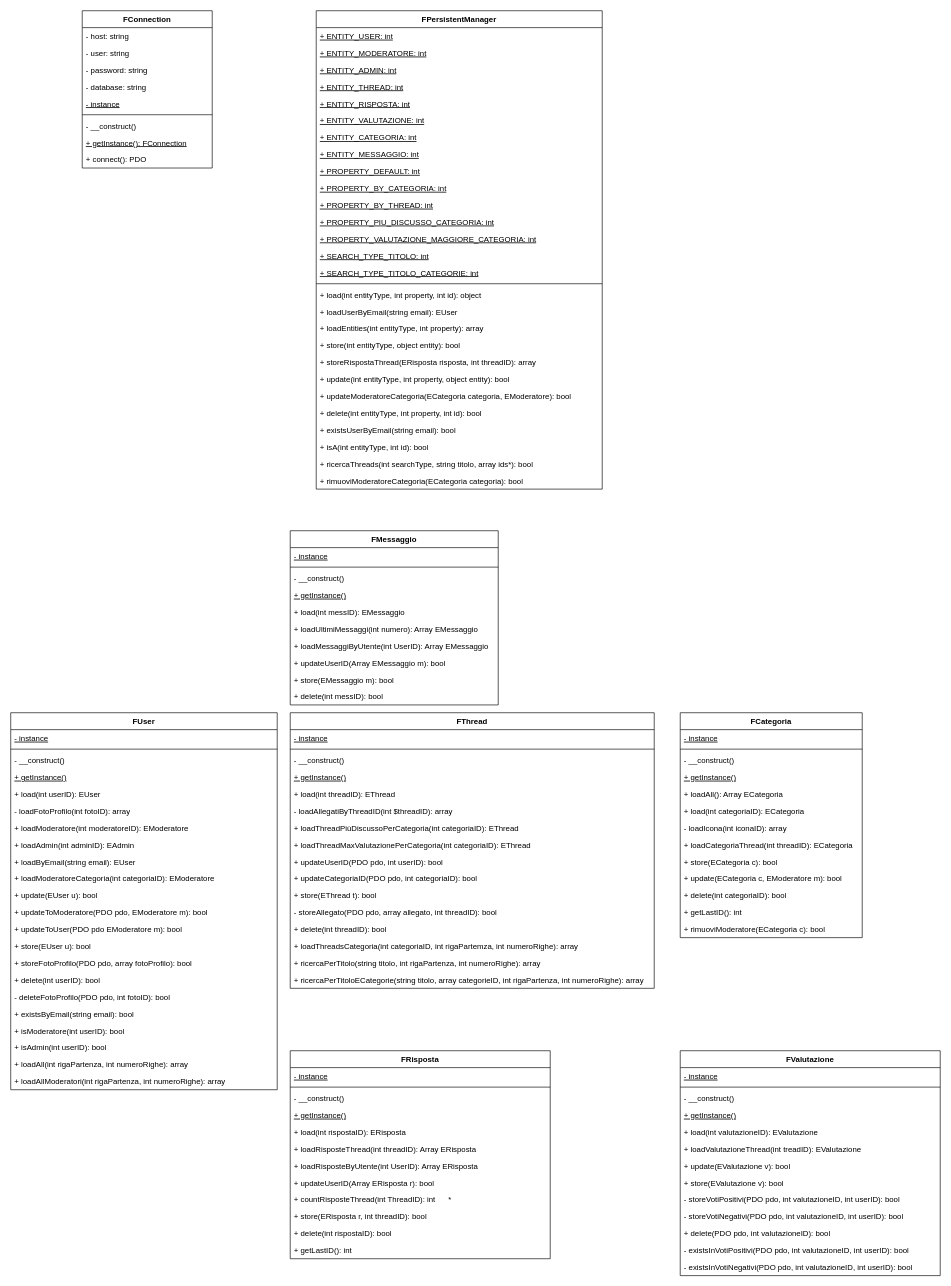
EdoPan/UniChat keeps this draw.io diagram as Diagrammi/UML Fondation 2.drawio. Above is the earlier version. Source tidied: cells renumbered, new cells numbered last; positions are measured from the earlier drawing's top-left corner, leaving out a move shared by most shapes. Both pictures are drawn from the tidied source at 65%, with x=0, y=0 at pixel (10, 10).
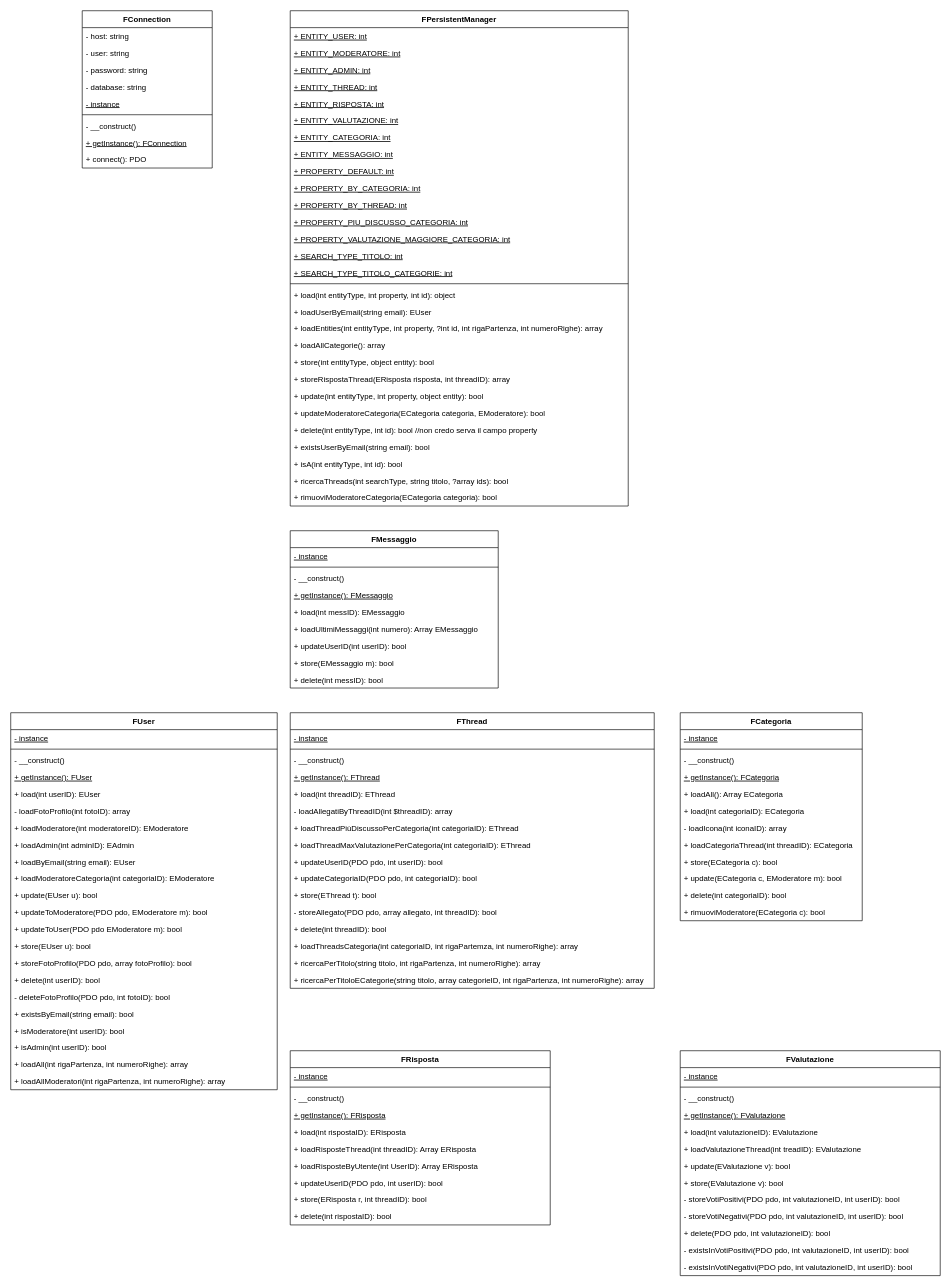
Above is the later version.

Commit message (it also covers changes not shown here):
Aggiornamento grafici.

The change refers to these unchanged cells:
```xml
<mxCell id="41" value="FUser" style="swimlane;fontStyle=1;align=center;verticalAlign=top;horizontal=1;startSize=26;" parent="1" vertex="1">
  <mxGeometry y="1080" width="410" height="580" as="geometry" />
</mxCell>
<mxCell id="75" value="FThread" style="swimlane;fontStyle=1;align=center;verticalAlign=top;horizontal=1;startSize=26;" parent="1" vertex="1">
  <mxGeometry x="430" y="1080" width="560" height="424" as="geometry" />
</mxCell>
<mxCell id="119" value="FValutazione" style="swimlane;fontStyle=1;align=center;verticalAlign=top;horizontal=1;startSize=26;fillColor=#ffffff;" parent="1" vertex="1">
  <mxGeometry x="1030" y="1600" width="400" height="346" as="geometry" />
</mxCell>
```

What changed in the source:
```diff
@@
     <mxCell id="12" value="FPersistentManager" style="swimlane;fontStyle=1;align=center;verticalAlign=top;horizontal=1;startSize=26;" parent="1" vertex="1">
-      <mxGeometry x="470" width="440" height="736" as="geometry" />
+      <mxGeometry x="430" width="520" height="762" as="geometry" />
     </mxCell>
     <mxCell id="13" value="+ ENTITY_USER: int" style="text;strokeColor=none;fillColor=none;align=left;verticalAlign=top;spacingLeft=4;spacingRight=4;overflow=hidden;fontStyle=4;" parent="12" vertex="1">
-      <mxGeometry y="26" width="440" height="26" as="geometry" />
+      <mxGeometry y="26" width="520" height="26" as="geometry" />
     </mxCell>
     <mxCell id="14" value="+ ENTITY_MODERATORE: int" style="text;strokeColor=none;fillColor=none;align=left;verticalAlign=top;spacingLeft=4;spacingRight=4;overflow=hidden;fontStyle=4;" parent="12" vertex="1">
-      <mxGeometry y="52" width="440" height="26" as="geometry" />
+      <mxGeometry y="52" width="520" height="26" as="geometry" />
     </mxCell>
     <mxCell id="15" value="+ ENTITY_ADMIN: int" style="text;strokeColor=none;fillColor=none;align=left;verticalAlign=top;spacingLeft=4;spacingRight=4;overflow=hidden;fontStyle=4;" parent="12" vertex="1">
-      <mxGeometry y="78" width="440" height="26" as="geometry" />
+      <mxGeometry y="78" width="520" height="26" as="geometry" />
     </mxCell>
     <mxCell id="16" value="+ ENTITY_THREAD: int" style="text;strokeColor=none;fillColor=none;align=left;verticalAlign=top;spacingLeft=4;spacingRight=4;overflow=hidden;fontStyle=4;" parent="12" vertex="1">
-      <mxGeometry y="104" width="440" height="26" as="geometry" />
+      <mxGeometry y="104" width="520" height="26" as="geometry" />
     </mxCell>
     <mxCell id="17" value="+ ENTITY_RISPOSTA: int" style="text;strokeColor=none;fillColor=none;align=left;verticalAlign=top;spacingLeft=4;spacingRight=4;overflow=hidden;fontStyle=4;" parent="12" vertex="1">
-      <mxGeometry y="130" width="440" height="26" as="geometry" />
+      <mxGeometry y="130" width="520" height="26" as="geometry" />
     </mxCell>
     <mxCell id="18" value="+ ENTITY_VALUTAZIONE: int" style="text;strokeColor=none;fillColor=none;align=left;verticalAlign=top;spacingLeft=4;spacingRight=4;overflow=hidden;fontStyle=4;" parent="12" vertex="1">
-      <mxGeometry y="156" width="440" height="26" as="geometry" />
+      <mxGeometry y="156" width="520" height="26" as="geometry" />
     </mxCell>
     <mxCell id="19" value="+ ENTITY_CATEGORIA: int" style="text;strokeColor=none;fillColor=none;align=left;verticalAlign=top;spacingLeft=4;spacingRight=4;overflow=hidden;fontStyle=4;" parent="12" vertex="1">
-      <mxGeometry y="182" width="440" height="26" as="geometry" />
+      <mxGeometry y="182" width="520" height="26" as="geometry" />
     </mxCell>
     <mxCell id="20" value="+ ENTITY_MESSAGGIO: int" style="text;strokeColor=none;fillColor=none;align=left;verticalAlign=top;spacingLeft=4;spacingRight=4;overflow=hidden;fontStyle=4;" parent="12" vertex="1">
-      <mxGeometry y="208" width="440" height="26" as="geometry" />
+      <mxGeometry y="208" width="520" height="26" as="geometry" />
     </mxCell>
     <mxCell id="21" value="+ PROPERTY_DEFAULT: int" style="text;strokeColor=none;fillColor=none;align=left;verticalAlign=top;spacingLeft=4;spacingRight=4;overflow=hidden;fontStyle=4;" parent="12" vertex="1">
-      <mxGeometry y="234" width="440" height="26" as="geometry" />
+      <mxGeometry y="234" width="520" height="26" as="geometry" />
     </mxCell>
     <mxCell id="22" value="+ PROPERTY_BY_CATEGORIA: int" style="text;strokeColor=none;fillColor=none;align=left;verticalAlign=top;spacingLeft=4;spacingRight=4;overflow=hidden;fontStyle=4;" parent="12" vertex="1">
-      <mxGeometry y="260" width="440" height="26" as="geometry" />
+      <mxGeometry y="260" width="520" height="26" as="geometry" />
     </mxCell>
     <mxCell id="23" value="+ PROPERTY_BY_THREAD: int" style="text;strokeColor=none;fillColor=none;align=left;verticalAlign=top;spacingLeft=4;spacingRight=4;overflow=hidden;fontStyle=4;" parent="12" vertex="1">
-      <mxGeometry y="286" width="440" height="26" as="geometry" />
+      <mxGeometry y="286" width="520" height="26" as="geometry" />
     </mxCell>
     <mxCell id="24" value="+ PROPERTY_PIU_DISCUSSO_CATEGORIA: int" style="text;strokeColor=none;fillColor=none;align=left;verticalAlign=top;spacingLeft=4;spacingRight=4;overflow=hidden;fontStyle=4;" parent="12" vertex="1">
-      <mxGeometry y="312" width="440" height="26" as="geometry" />
+      <mxGeometry y="312" width="520" height="26" as="geometry" />
     </mxCell>
     <mxCell id="25" value="+ PROPERTY_VALUTAZIONE_MAGGIORE_CATEGORIA: int" style="text;strokeColor=none;fillColor=none;align=left;verticalAlign=top;spacingLeft=4;spacingRight=4;overflow=hidden;fontStyle=4;" parent="12" vertex="1">
-      <mxGeometry y="338" width="440" height="26" as="geometry" />
+      <mxGeometry y="338" width="520" height="26" as="geometry" />
     </mxCell>
     <mxCell id="26" value="+ SEARCH_TYPE_TITOLO: int" style="text;strokeColor=none;fillColor=none;align=left;verticalAlign=top;spacingLeft=4;spacingRight=4;overflow=hidden;fontStyle=4;" parent="12" vertex="1">
-      <mxGeometry y="364" width="440" height="26" as="geometry" />
+      <mxGeometry y="364" width="520" height="26" as="geometry" />
     </mxCell>
     <mxCell id="27" value="+ SEARCH_TYPE_TITOLO_CATEGORIE: int" style="text;strokeColor=none;fillColor=none;align=left;verticalAlign=top;spacingLeft=4;spacingRight=4;overflow=hidden;fontStyle=4;" parent="12" vertex="1">
-      <mxGeometry y="390" width="440" height="26" as="geometry" />
+      <mxGeometry y="390" width="520" height="26" as="geometry" />
     </mxCell>
     <mxCell id="28" style="line;strokeWidth=1;fillColor=none;align=left;verticalAlign=middle;spacingTop=-1;spacingLeft=3;spacingRight=3;labelPosition=right;" parent="12" vertex="1">
-      <mxGeometry y="416" width="440" height="8" as="geometry" />
+      <mxGeometry y="416" width="520" height="8" as="geometry" />
     </mxCell>
     <mxCell id="29" value="+ load(int entityType, int property, int id): object" style="text;strokeColor=none;fillColor=none;align=left;verticalAlign=top;spacingLeft=4;spacingRight=4;overflow=hidden;" parent="12" vertex="1">
-      <mxGeometry y="424" width="440" height="26" as="geometry" />
+      <mxGeometry y="424" width="520" height="26" as="geometry" />
     </mxCell>
     <mxCell id="30" value="+ loadUserByEmail(string email): EUser" style="text;strokeColor=none;fillColor=none;align=left;verticalAlign=top;spacingLeft=4;spacingRight=4;overflow=hidden;" parent="12" vertex="1">
-      <mxGeometry y="450" width="440" height="26" as="geometry" />
+      <mxGeometry y="450" width="520" height="26" as="geometry" />
     </mxCell>
-    <mxCell id="31" value="+ loadEntities(int entityType, int property): array" style="text;strokeColor=none;fillColor=none;align=left;verticalAlign=top;spacingLeft=4;spacingRight=4;overflow=hidden;" parent="12" vertex="1">
-      <mxGeometry y="476" width="440" height="26" as="geometry" />
+    <mxCell id="31" value="+ loadEntities(int entityType, int property, ?int id, int rigaPartenza, int numeroRighe): array" style="text;strokeColor=none;fillColor=none;align=left;verticalAlign=top;spacingLeft=4;spacingRight=4;overflow=hidden;" parent="12" vertex="1">
+      <mxGeometry y="476" width="520" height="26" as="geometry" />
     </mxCell>
+    <mxCell id="133" value="+ loadAllCategorie(): array" style="text;strokeColor=none;fillColor=none;align=left;verticalAlign=top;spacingLeft=4;spacingRight=4;overflow=hidden;" parent="12" vertex="1">
+      <mxGeometry y="502" width="520" height="26" as="geometry" />
+    </mxCell>
     <mxCell id="32" value="+ store(int entityType, object entity): bool" style="text;strokeColor=none;fillColor=none;align=left;verticalAlign=top;spacingLeft=4;spacingRight=4;overflow=hidden;" parent="12" vertex="1">
-      <mxGeometry y="502" width="440" height="26" as="geometry" />
+      <mxGeometry y="528" width="520" height="26" as="geometry" />
     </mxCell>
     <mxCell id="33" value="+ storeRispostaThread(ERisposta risposta, int threadID): array" style="text;strokeColor=none;fillColor=none;align=left;verticalAlign=top;spacingLeft=4;spacingRight=4;overflow=hidden;" parent="12" vertex="1">
-      <mxGeometry y="528" width="440" height="26" as="geometry" />
+      <mxGeometry y="554" width="520" height="26" as="geometry" />
     </mxCell>
     <mxCell id="34" value="+ update(int entityType, int property, object entity): bool" style="text;strokeColor=none;fillColor=none;align=left;verticalAlign=top;spacingLeft=4;spacingRight=4;overflow=hidden;" parent="12" vertex="1">
-      <mxGeometry y="554" width="440" height="26" as="geometry" />
+      <mxGeometry y="580" width="520" height="26" as="geometry" />
     </mxCell>
     <mxCell id="35" value="+ updateModeratoreCategoria(ECategoria categoria, EModeratore): bool" style="text;strokeColor=none;fillColor=none;align=left;verticalAlign=top;spacingLeft=4;spacingRight=4;overflow=hidden;" parent="12" vertex="1">
-      <mxGeometry y="580" width="440" height="26" as="geometry" />
+      <mxGeometry y="606" width="520" height="26" as="geometry" />
     </mxCell>
-    <mxCell id="36" value="+ delete(int entityType, int property, int id): bool" style="text;strokeColor=none;fillColor=none;align=left;verticalAlign=top;spacingLeft=4;spacingRight=4;overflow=hidden;" parent="12" vertex="1">
-      <mxGeometry y="606" width="440" height="26" as="geometry" />
+    <mxCell id="36" value="+ delete(int entityType, int id): bool //non credo serva il campo property" style="text;strokeColor=none;fillColor=none;align=left;verticalAlign=top;spacingLeft=4;spacingRight=4;overflow=hidden;" parent="12" vertex="1">
+      <mxGeometry y="632" width="520" height="26" as="geometry" />
     </mxCell>
     <mxCell id="37" value="+ existsUserByEmail(string email): bool" style="text;strokeColor=none;fillColor=none;align=left;verticalAlign=top;spacingLeft=4;spacingRight=4;overflow=hidden;" parent="12" vertex="1">
-      <mxGeometry y="632" width="440" height="26" as="geometry" />
+      <mxGeometry y="658" width="520" height="26" as="geometry" />
     </mxCell>
     <mxCell id="38" value="+ isA(int entityType, int id): bool" style="text;strokeColor=none;fillColor=none;align=left;verticalAlign=top;spacingLeft=4;spacingRight=4;overflow=hidden;" parent="12" vertex="1">
-      <mxGeometry y="658" width="440" height="26" as="geometry" />
+      <mxGeometry y="684" width="520" height="26" as="geometry" />
     </mxCell>
-    <mxCell id="39" value="+ ricercaThreads(int searchType, string titolo, array ids*): bool" style="text;strokeColor=none;fillColor=none;align=left;verticalAlign=top;spacingLeft=4;spacingRight=4;overflow=hidden;" parent="12" vertex="1">
-      <mxGeometry y="684" width="440" height="26" as="geometry" />
+    <mxCell id="39" value="+ ricercaThreads(int searchType, string titolo, ?array ids): bool" style="text;strokeColor=none;fillColor=none;align=left;verticalAlign=top;spacingLeft=4;spacingRight=4;overflow=hidden;" parent="12" vertex="1">
+      <mxGeometry y="710" width="520" height="26" as="geometry" />
     </mxCell>
     <mxCell id="40" value="+ rimuoviModeratoreCategoria(ECategoria categoria): bool" style="text;strokeColor=none;fillColor=none;align=left;verticalAlign=top;spacingLeft=4;spacingRight=4;overflow=hidden;" parent="12" vertex="1">
-      <mxGeometry y="710" width="440" height="26" as="geometry" />
+      <mxGeometry y="736" width="520" height="26" as="geometry" />
     </mxCell>
@@
-    <mxCell id="45" value="+ getInstance()" style="text;strokeColor=none;fillColor=none;align=left;verticalAlign=top;spacingLeft=4;spacingRight=4;overflow=hidden;fontStyle=4;" parent="41" vertex="1">
+    <mxCell id="45" value="+ getInstance(): FUser" style="text;strokeColor=none;fillColor=none;align=left;verticalAlign=top;spacingLeft=4;spacingRight=4;overflow=hidden;fontStyle=4;" parent="41" vertex="1">
       <mxGeometry y="86" width="410" height="26" as="geometry" />
     </mxCell>
@@
     <mxCell id="64" value="FMessaggio" style="swimlane;fontStyle=1;align=center;verticalAlign=top;horizontal=1;startSize=26;" parent="1" vertex="1">
-      <mxGeometry x="430" y="800" width="320" height="268" as="geometry" />
+      <mxGeometry x="430" y="800" width="320" height="242" as="geometry" />
     </mxCell>
@@
-    <mxCell id="68" value="+ getInstance()" style="text;strokeColor=none;fillColor=none;align=left;verticalAlign=top;spacingLeft=4;spacingRight=4;overflow=hidden;fontStyle=4;" parent="64" vertex="1">
+    <mxCell id="68" value="+ getInstance(): FMessaggio" style="text;strokeColor=none;fillColor=none;align=left;verticalAlign=top;spacingLeft=4;spacingRight=4;overflow=hidden;fontStyle=4;" parent="64" vertex="1">
       <mxGeometry y="86" width="320" height="26" as="geometry" />
     </mxCell>
@@
-    <mxCell id="71" value="+ loadMessaggiByUtente(int UserID): Array EMessaggio" style="text;strokeColor=none;fillColor=none;align=left;verticalAlign=top;spacingLeft=4;spacingRight=4;overflow=hidden;" parent="64" vertex="1">
-      <mxGeometry y="164" width="320" height="26" as="geometry" />
-    </mxCell>
-    <mxCell id="72" value="+ updateUserID(Array EMessaggio m): bool" style="text;strokeColor=none;fillColor=none;align=left;verticalAlign=top;spacingLeft=4;spacingRight=4;overflow=hidden;" parent="64" vertex="1">
-      <mxGeometry y="190" width="320" height="26" as="geometry" />
+    <mxCell id="72" value="+ updateUserID(int userID): bool" style="text;strokeColor=none;fillColor=none;align=left;verticalAlign=top;spacingLeft=4;spacingRight=4;overflow=hidden;" parent="64" vertex="1">
+      <mxGeometry y="164" width="320" height="26" as="geometry" />
     </mxCell>
     <mxCell id="73" value="+ store(EMessaggio m): bool" style="text;strokeColor=none;fillColor=none;align=left;verticalAlign=top;spacingLeft=4;spacingRight=4;overflow=hidden;" parent="64" vertex="1">
-      <mxGeometry y="216" width="320" height="26" as="geometry" />
+      <mxGeometry y="190" width="320" height="26" as="geometry" />
     </mxCell>
     <mxCell id="74" value="+ delete(int messID): bool" style="text;strokeColor=none;fillColor=none;align=left;verticalAlign=top;spacingLeft=4;spacingRight=4;overflow=hidden;" parent="64" vertex="1">
-      <mxGeometry y="242" width="320" height="26" as="geometry" />
+      <mxGeometry y="216" width="320" height="26" as="geometry" />
     </mxCell>
@@
-    <mxCell id="79" value="+ getInstance()" style="text;strokeColor=none;fillColor=none;align=left;verticalAlign=top;spacingLeft=4;spacingRight=4;overflow=hidden;fontStyle=4;" parent="75" vertex="1">
+    <mxCell id="79" value="+ getInstance(): FThread" style="text;strokeColor=none;fillColor=none;align=left;verticalAlign=top;spacingLeft=4;spacingRight=4;overflow=hidden;fontStyle=4;" parent="75" vertex="1">
       <mxGeometry y="86" width="560" height="26" as="geometry" />
     </mxCell>
@@
     <mxCell id="92" value="FRisposta" style="swimlane;fontStyle=1;align=center;verticalAlign=top;horizontal=1;startSize=26;" parent="1" vertex="1">
-      <mxGeometry x="430" y="1600" width="400" height="320" as="geometry" />
+      <mxGeometry x="430" y="1600" width="400" height="268" as="geometry" />
     </mxCell>
@@
-    <mxCell id="96" value="+ getInstance()" style="text;strokeColor=none;fillColor=none;align=left;verticalAlign=top;spacingLeft=4;spacingRight=4;overflow=hidden;fontStyle=4;" parent="92" vertex="1">
+    <mxCell id="96" value="+ getInstance(): FRisposta" style="text;strokeColor=none;fillColor=none;align=left;verticalAlign=top;spacingLeft=4;spacingRight=4;overflow=hidden;fontStyle=4;" parent="92" vertex="1">
       <mxGeometry y="86" width="400" height="26" as="geometry" />
     </mxCell>
@@
-    <mxCell id="100" value="+ updateUserID(Array ERisposta r): bool" style="text;strokeColor=none;fillColor=none;align=left;verticalAlign=top;spacingLeft=4;spacingRight=4;overflow=hidden;" parent="92" vertex="1">
+    <mxCell id="100" value="+ updateUserID(PDO pdo, int userID): bool" style="text;strokeColor=none;fillColor=none;align=left;verticalAlign=top;spacingLeft=4;spacingRight=4;overflow=hidden;" parent="92" vertex="1">
       <mxGeometry y="190" width="400" height="26" as="geometry" />
     </mxCell>
-    <mxCell id="101" value="+ countRisposteThread(int ThreadID): int      *" style="text;strokeColor=none;fillColor=none;align=left;verticalAlign=top;spacingLeft=4;spacingRight=4;overflow=hidden;" parent="92" vertex="1">
-      <mxGeometry y="216" width="400" height="26" as="geometry" />
-    </mxCell>
     <mxCell id="102" value="+ store(ERisposta r, int threadID): bool" style="text;strokeColor=none;fillColor=none;align=left;verticalAlign=top;spacingLeft=4;spacingRight=4;overflow=hidden;" parent="92" vertex="1">
-      <mxGeometry y="242" width="400" height="26" as="geometry" />
+      <mxGeometry y="216" width="400" height="26" as="geometry" />
     </mxCell>
     <mxCell id="103" value="+ delete(int rispostaID): bool" style="text;strokeColor=none;fillColor=none;align=left;verticalAlign=top;spacingLeft=4;spacingRight=4;overflow=hidden;" parent="92" vertex="1">
-      <mxGeometry y="268" width="400" height="26" as="geometry" />
+      <mxGeometry y="242" width="400" height="26" as="geometry" />
     </mxCell>
-    <mxCell id="104" value="+ getLastID(): int" style="text;strokeColor=none;fillColor=none;align=left;verticalAlign=top;spacingLeft=4;spacingRight=4;overflow=hidden;" parent="92" vertex="1">
-      <mxGeometry y="294" width="400" height="26" as="geometry" />
-    </mxCell>
     <mxCell id="105" value="FCategoria" style="swimlane;fontStyle=1;align=center;verticalAlign=top;horizontal=1;startSize=26;" parent="1" vertex="1">
-      <mxGeometry x="1030" y="1080" width="280" height="346" as="geometry" />
+      <mxGeometry x="1030" y="1080" width="280" height="320" as="geometry" />
     </mxCell>
@@
-    <mxCell id="109" value="+ getInstance()" style="text;strokeColor=none;fillColor=none;align=left;verticalAlign=top;spacingLeft=4;spacingRight=4;overflow=hidden;fontStyle=4;" parent="105" vertex="1">
+    <mxCell id="109" value="+ getInstance(): FCategoria" style="text;strokeColor=none;fillColor=none;align=left;verticalAlign=top;spacingLeft=4;spacingRight=4;overflow=hidden;fontStyle=4;" parent="105" vertex="1">
       <mxGeometry y="86" width="280" height="26" as="geometry" />
     </mxCell>
@@
-    <mxCell id="117" value="+ getLastID(): int" style="text;strokeColor=none;fillColor=none;align=left;verticalAlign=top;spacingLeft=4;spacingRight=4;overflow=hidden;" parent="105" vertex="1">
-      <mxGeometry y="294" width="280" height="26" as="geometry" />
-    </mxCell>
     <mxCell id="118" value="+ rimuoviModeratore(ECategoria c): bool" style="text;strokeColor=none;fillColor=none;align=left;verticalAlign=top;spacingLeft=4;spacingRight=4;overflow=hidden;" parent="105" vertex="1">
-      <mxGeometry y="320" width="280" height="26" as="geometry" />
+      <mxGeometry y="294" width="280" height="26" as="geometry" />
     </mxCell>
@@
-    <mxCell id="123" value="+ getInstance()" style="text;strokeColor=none;fillColor=none;align=left;verticalAlign=top;spacingLeft=4;spacingRight=4;overflow=hidden;fontStyle=4;" parent="119" vertex="1">
+    <mxCell id="123" value="+ getInstance(): FValutazione" style="text;strokeColor=none;fillColor=none;align=left;verticalAlign=top;spacingLeft=4;spacingRight=4;overflow=hidden;fontStyle=4;" parent="119" vertex="1">
       <mxGeometry y="86" width="400" height="26" as="geometry" />
     </mxCell>
```
